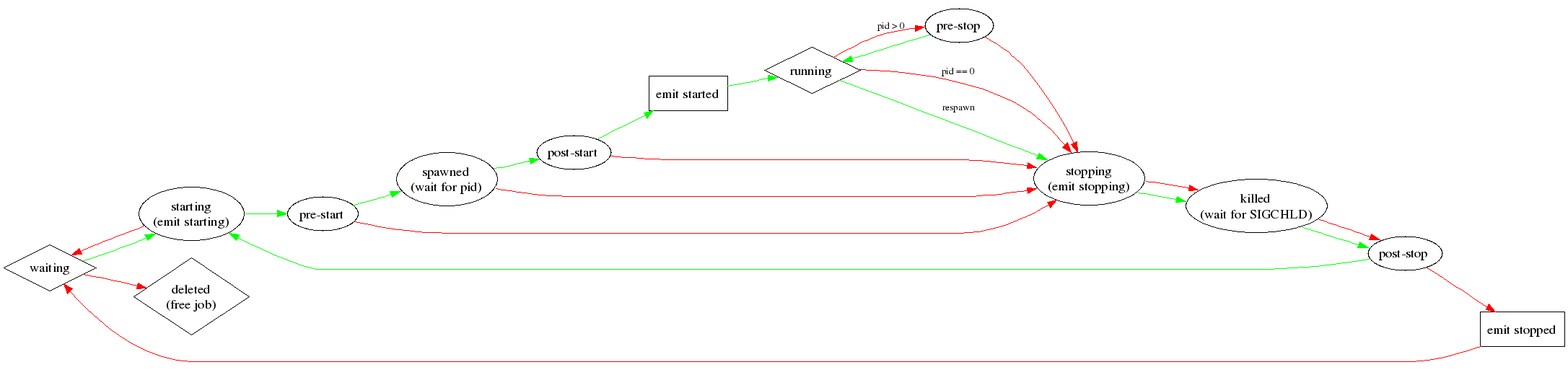
Above: doc/states.png in ubports/upstart (Graphviz), before the change. Its source is kept beside it as doc/states.dot.
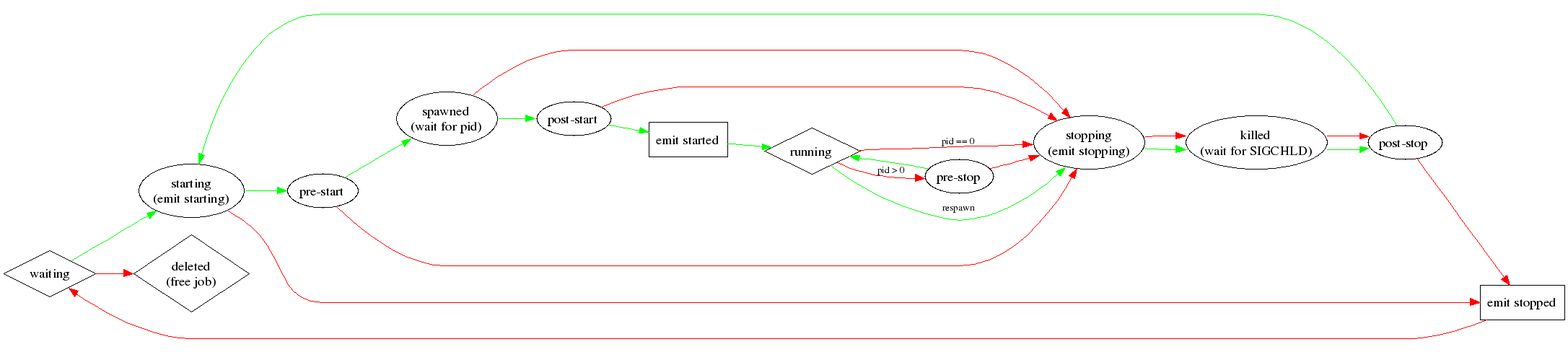
After the change.

The edit, as a diff of the source:
```diff
@@ -40,7 +40,7 @@
 	waiting -> starting [color=green];
 	waiting -> deleted [color=red];
 	starting -> pre_start [color=green];
-	starting -> waiting [color=red];
+	starting -> emit_stopped [color=red];
 	pre_start -> spawned [color=green];
 	pre_start -> stopping [color=red];
 	spawned -> post_start [color=green];
```
